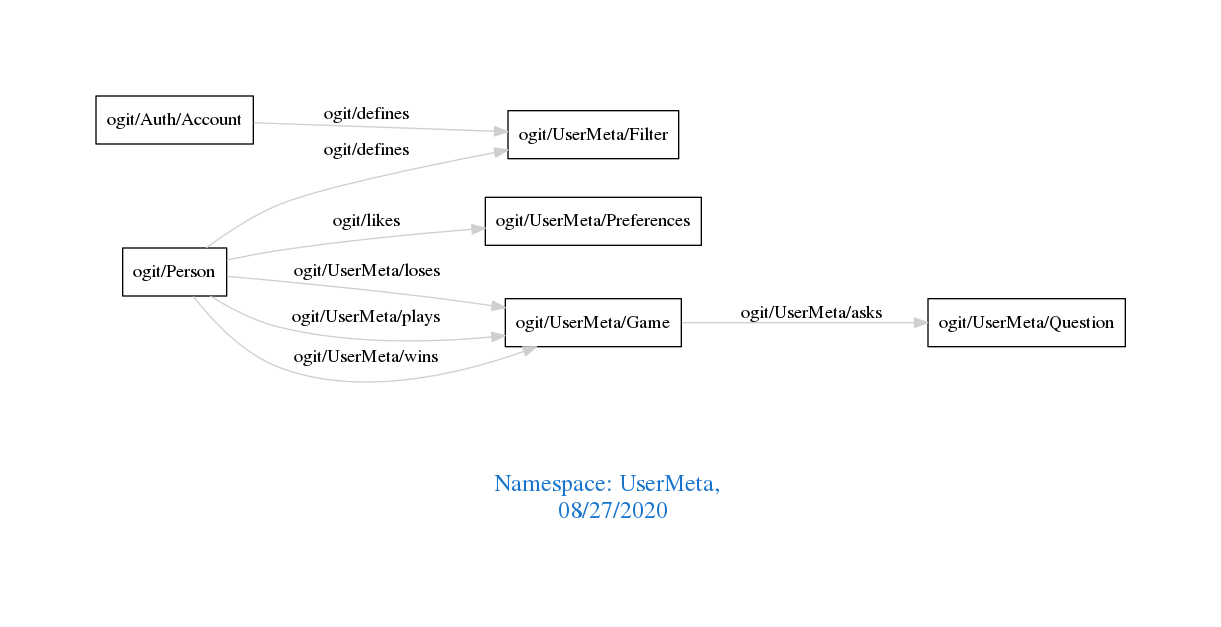
Above: downloads/UserMeta.png in arago/OGIT (Graphviz), before the change. Its source is kept beside it as downloads/UserMeta.dot.
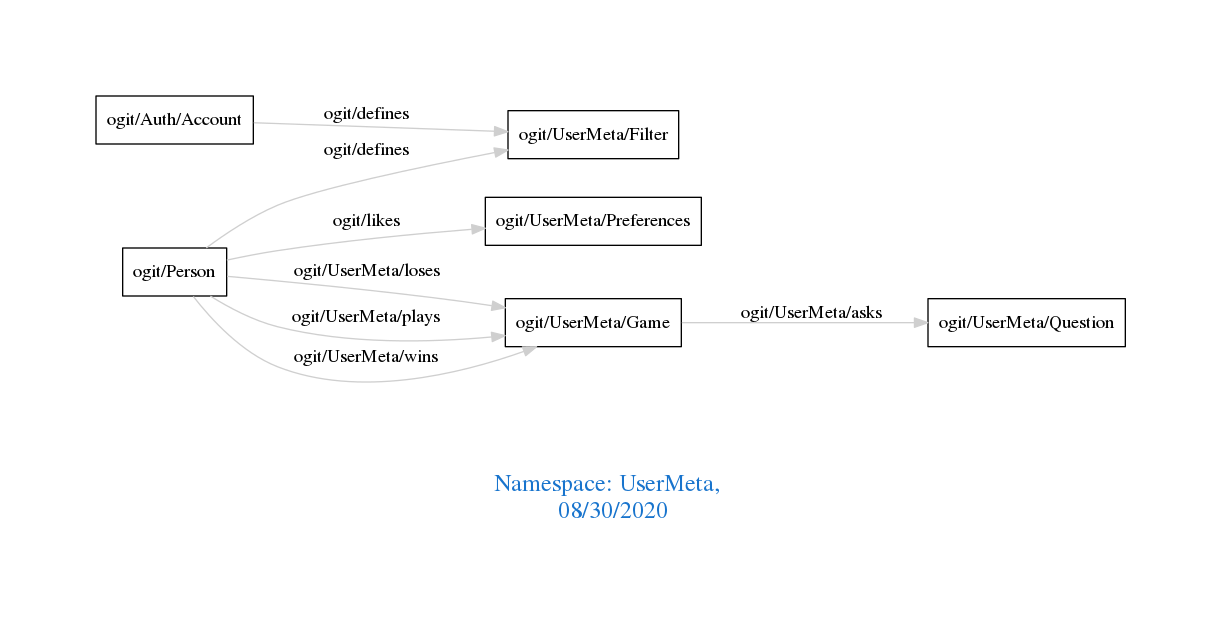
The same diagram one commit later.

The edit, as a diff of the source:
```diff
@@ -1,7 +1,7 @@
 digraph OGIT_ontology {
  graph [ rankdir= LR,pad=1
 fontsize = 18,
-fontcolor= dodgerblue3,label = "\n\n\nNamespace: UserMeta, \n 08/27/2020"];
+fontcolor= dodgerblue3,label = "\n\n\nNamespace: UserMeta, \n 08/30/2020"];
 node[shape=polygon];
 edge [  color="gray81"];
 
```
